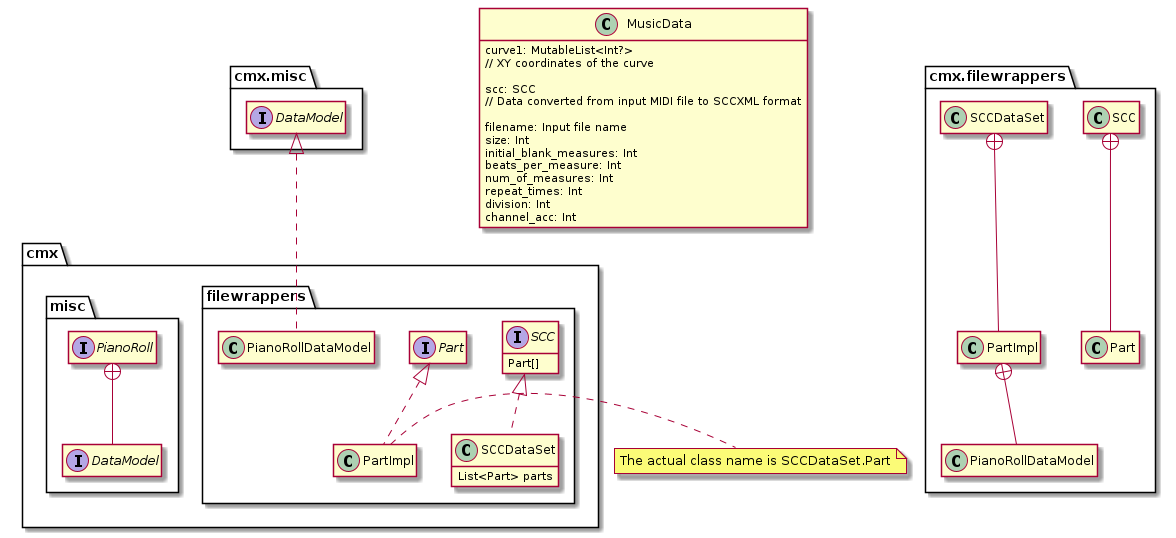
The PlantUML diagram diagrams/test3.png in fujiij/plantuml, before a commit.
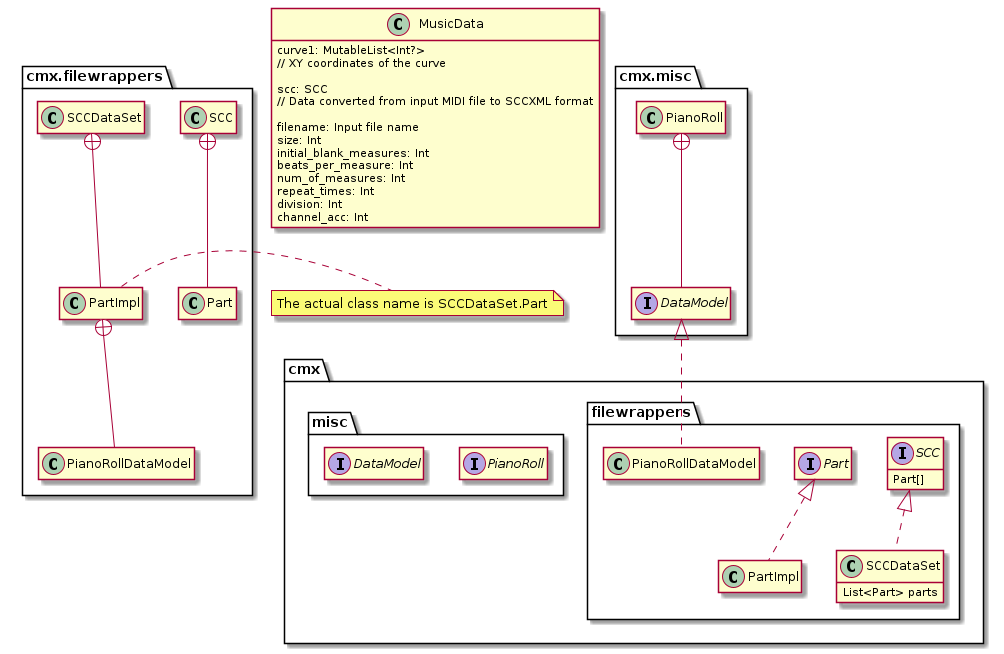
Above is the later version.

Commit message:
Auto-generate PlantUML diagrams

Diff of the diagram source:
```diff
@@ -37,10 +37,10 @@
 }
 
 cmx.filewrappers.SCC +-- cmx.filewrappers.Part
-PianoRoll +-- DataModel
+cmx.misc.PianoRoll +-- cmx.misc.DataModel
 
 cmx.filewrappers.SCCDataSet +-- cmx.filewrappers.PartImpl
-note right of PartImpl
+note right of cmx.filewrappers.PartImpl
     The actual class name is SCCDataSet.Part
 end note
 
```
